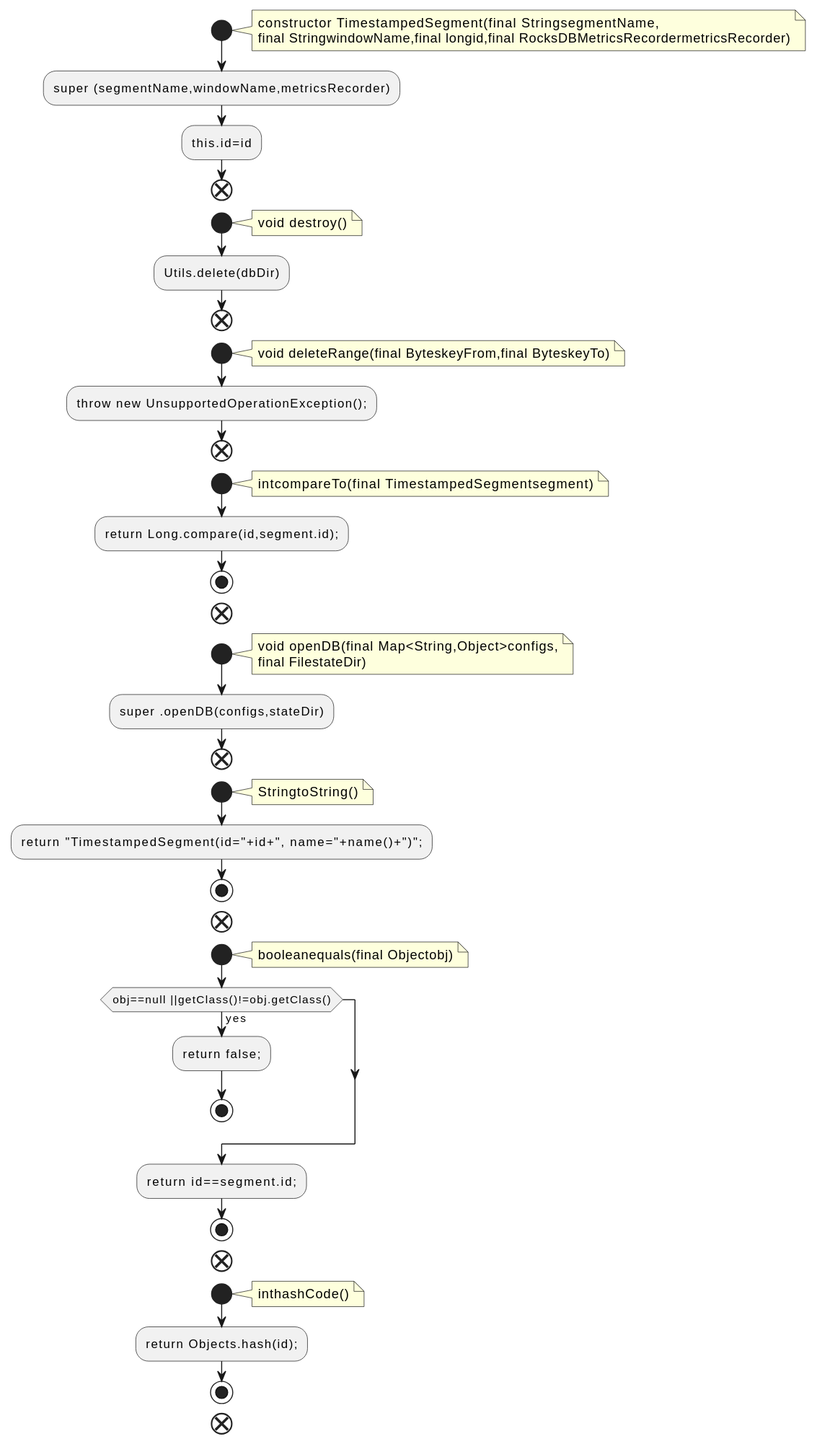
Earlier version of the PlantUML export docs/qc/streams/src/main/java/org/apache/kafka/streams/state/internals/TimestampedSegment.java.fct.svg (qualitesys/kafka).
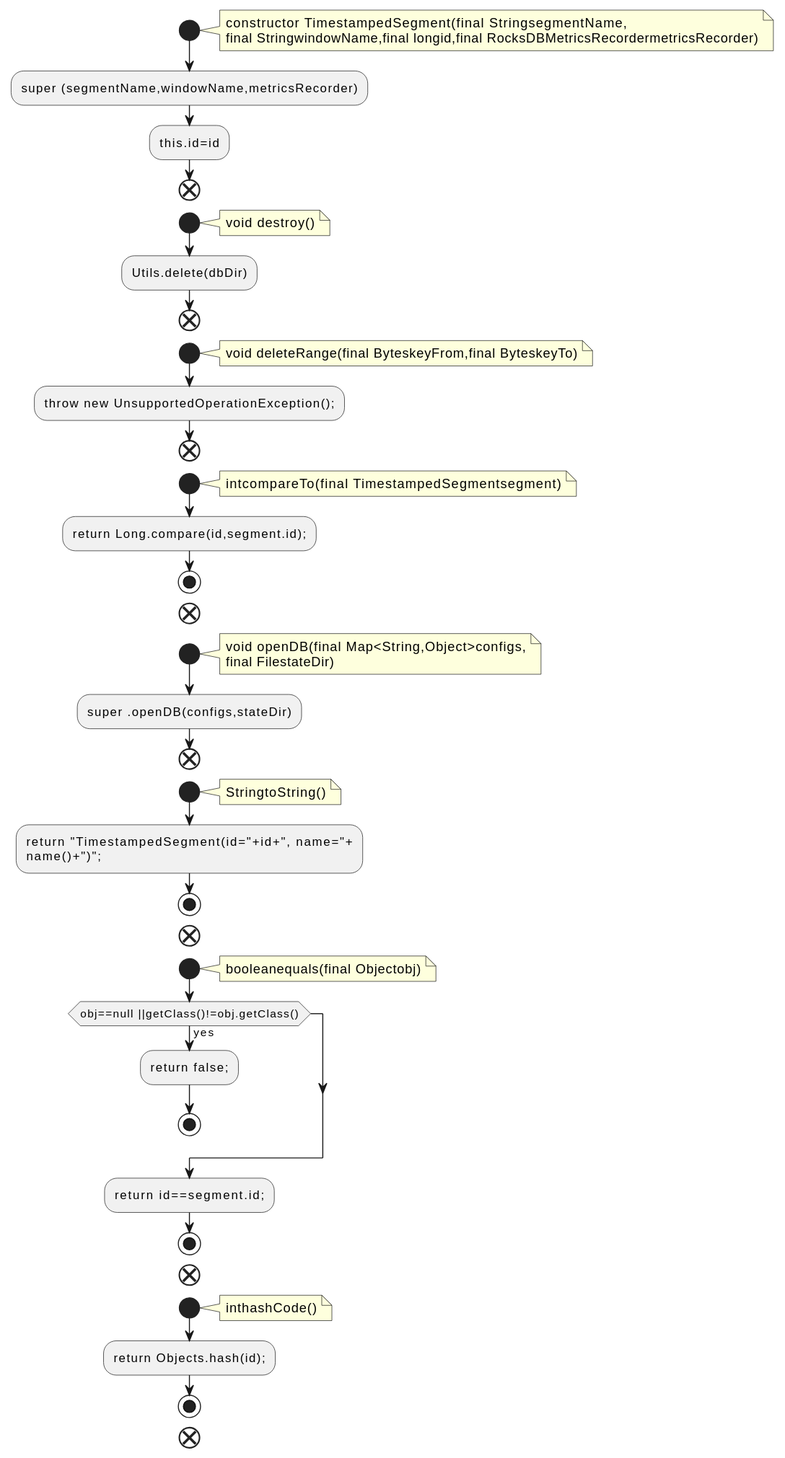
After the commit.

Change to the diagram source:
```diff
@@ -38,7 +38,8 @@
 note right
 StringtoString()
 end note
-:return "TimestampedSegment(id="+id+", name="+name()+")";;
+:return "TimestampedSegment(id="+id+", name="+
+name()+")";;
 stop
 end
 start
```
